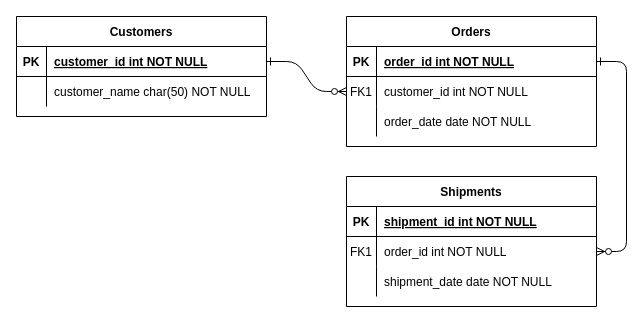
Earlier version of the draw.io diagram pertemuan3/Untitled Diagram.drawio (Nurrohman10/IF214002). Source tidied: cells renumbered, new cells numbered last; positions are measured from the earlier drawing's top-left corner, leaving out a move shared by most shapes. Both pictures are drawn from the tidied source at 100%, with x=0, y=0 at pixel (16, 16).
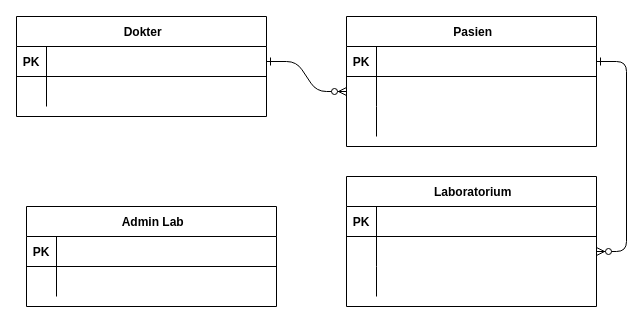
Above is the later version.

The change refers to these unchanged cells:
```xml
<mxCell id="5" style="shape=partialRectangle;fillColor=none;points=[[0,0.5],[1,0.5]];portConstraint=eastwest;top=0;left=0;right=0;bottom=1;" parent="4" vertex="1">
  <mxGeometry y="30" width="250" height="30" as="geometry" />
</mxCell>
<mxCell id="8" style="shape=partialRectangle;fillColor=none;points=[[0,0.5],[1,0.5]];portConstraint=eastwest;top=0;left=0;right=0;bottom=0;" parent="4" vertex="1">
  <mxGeometry y="60" width="250" height="30" as="geometry" />
</mxCell>
<mxCell id="11" style="shape=partialRectangle;fillColor=none;top=0;left=0;right=0;bottom=0;" parent="4" vertex="1">
  <mxGeometry y="90" width="250" height="30" as="geometry" />
</mxCell>
<mxCell id="15" style="shape=partialRectangle;fillColor=none;top=0;left=0;right=0;bottom=1;" parent="14" vertex="1">
  <mxGeometry y="30" width="250" height="30" as="geometry" />
</mxCell>
<mxCell id="18" style="shape=partialRectangle;fillColor=none;points=[[0,0.5],[1,0.5]];portConstraint=eastwest;top=0;left=0;right=0;bottom=0;" parent="14" vertex="1">
  <mxGeometry y="60" width="250" height="30" as="geometry" />
</mxCell>
<mxCell id="21" style="shape=partialRectangle;fillColor=none;top=0;left=0;right=0;bottom=0;" parent="14" vertex="1">
  <mxGeometry y="90" width="250" height="30" as="geometry" />
</mxCell>
<mxCell id="25" style="shape=partialRectangle;fillColor=none;points=[[0,0.5],[1,0.5]];portConstraint=eastwest;top=0;left=0;right=0;bottom=1;" parent="24" vertex="1">
  <mxGeometry y="30" width="250" height="30" as="geometry" />
</mxCell>
<mxCell id="28" style="shape=partialRectangle;fillColor=none;top=0;left=0;right=0;bottom=0;" parent="24" vertex="1">
  <mxGeometry y="60" width="250" height="30" as="geometry" />
</mxCell>
```

What changed in the source:
```diff
@@
-    <mxCell id="4" value="Orders" style="shape=table;startSize=30;childLayout=tableLayout;rowLines=0;fontStyle=1;align=center;" parent="1" vertex="1">
+    <mxCell id="4" value=" Pasien" style="shape=table;startSize=30;childLayout=tableLayout;rowLines=0;fontStyle=1;align=center;" parent="1" vertex="1">
       <mxGeometry x="330" width="250" height="130" as="geometry" />
     </mxCell>
@@
-    <mxCell id="7" value="order_id int NOT NULL " style="shape=partialRectangle;overflow=hidden;fillColor=none;top=0;left=0;bottom=0;right=0;align=left;spacingLeft=6;fontStyle=5;" parent="5" vertex="1">
+    <mxCell id="7" value=" " style="shape=partialRectangle;overflow=hidden;fillColor=none;top=0;left=0;bottom=0;right=0;align=left;spacingLeft=6;fontStyle=5;" parent="5" vertex="1">
       <mxGeometry x="30" width="220" height="30" as="geometry" />
     </mxCell>
@@
-    <mxCell id="9" value="FK1" style="shape=partialRectangle;overflow=hidden;fillColor=none;top=0;left=0;bottom=0;right=0;" parent="8" vertex="1">
+    <mxCell id="9" value=" " style="shape=partialRectangle;overflow=hidden;fillColor=none;top=0;left=0;bottom=0;right=0;" parent="8" vertex="1">
       <mxGeometry width="30" height="30" as="geometry" />
     </mxCell>
-    <mxCell id="10" value="customer_id int NOT NULL" style="shape=partialRectangle;overflow=hidden;fillColor=none;top=0;left=0;bottom=0;right=0;align=left;spacingLeft=6;" parent="8" vertex="1">
+    <mxCell id="10" value="  " style="shape=partialRectangle;overflow=hidden;fillColor=none;top=0;left=0;bottom=0;right=0;align=left;spacingLeft=6;" parent="8" vertex="1">
       <mxGeometry x="30" width="220" height="30" as="geometry" />
     </mxCell>
@@
-    <mxCell id="13" value="order_date date NOT NULL" style="shape=partialRectangle;overflow=hidden;fillColor=none;top=0;left=0;bottom=0;right=0;align=left;spacingLeft=6;" parent="11" vertex="1">
+    <mxCell id="13" value=" " style="shape=partialRectangle;overflow=hidden;fillColor=none;top=0;left=0;bottom=0;right=0;align=left;spacingLeft=6;" parent="11" vertex="1">
       <mxGeometry x="30" width="220" height="30" as="geometry" />
     </mxCell>
-    <mxCell id="14" value="Shipments" style="shape=table;startSize=30;childLayout=tableLayout;rowLines=0;fontStyle=1;align=center;" parent="1" vertex="1">
+    <mxCell id="14" value=" Laboratorium" style="shape=table;startSize=30;childLayout=tableLayout;rowLines=0;fontStyle=1;align=center;" parent="1" vertex="1">
       <mxGeometry x="330" y="160" width="250" height="130" as="geometry" />
     </mxCell>
@@
-    <mxCell id="17" value="shipment_id int NOT NULL " style="shape=partialRectangle;overflow=hidden;fillColor=none;top=0;left=0;bottom=0;right=0;align=left;spacingLeft=6;fontStyle=5;" parent="15" vertex="1">
+    <mxCell id="17" value=" " style="shape=partialRectangle;overflow=hidden;fillColor=none;top=0;left=0;bottom=0;right=0;align=left;spacingLeft=6;fontStyle=5;" parent="15" vertex="1">
       <mxGeometry x="30" width="220" height="30" as="geometry" />
     </mxCell>
@@
-    <mxCell id="19" value="FK1" style="shape=partialRectangle;overflow=hidden;fillColor=none;top=0;left=0;bottom=0;right=0;" parent="18" vertex="1">
+    <mxCell id="19" value=" " style="shape=partialRectangle;overflow=hidden;fillColor=none;top=0;left=0;bottom=0;right=0;" parent="18" vertex="1">
       <mxGeometry width="30" height="30" as="geometry" />
     </mxCell>
-    <mxCell id="20" value="order_id int NOT NULL" style="shape=partialRectangle;overflow=hidden;fillColor=none;top=0;left=0;bottom=0;right=0;align=left;spacingLeft=6;" parent="18" vertex="1">
+    <mxCell id="20" value=" " style="shape=partialRectangle;overflow=hidden;fillColor=none;top=0;left=0;bottom=0;right=0;align=left;spacingLeft=6;" parent="18" vertex="1">
       <mxGeometry x="30" width="220" height="30" as="geometry" />
     </mxCell>
@@
-    <mxCell id="23" value="shipment_date date NOT NULL" style="shape=partialRectangle;overflow=hidden;fillColor=none;top=0;left=0;bottom=0;right=0;align=left;spacingLeft=6;" parent="21" vertex="1">
+    <mxCell id="23" value=" " style="shape=partialRectangle;overflow=hidden;fillColor=none;top=0;left=0;bottom=0;right=0;align=left;spacingLeft=6;" parent="21" vertex="1">
       <mxGeometry x="30" width="220" height="30" as="geometry" />
     </mxCell>
-    <mxCell id="24" value="Customers" style="shape=table;startSize=30;childLayout=tableLayout;rowLines=0;fontStyle=1;align=center;" parent="1" vertex="1">
+    <mxCell id="24" value=" Dokter" style="shape=table;startSize=30;childLayout=tableLayout;rowLines=0;fontStyle=1;align=center;" parent="1" vertex="1">
       <mxGeometry width="250" height="100" as="geometry" />
     </mxCell>
@@
-    <mxCell id="27" value="customer_id int NOT NULL " style="shape=partialRectangle;overflow=hidden;fillColor=none;top=0;left=0;bottom=0;right=0;align=left;spacingLeft=6;fontStyle=5;" parent="25" vertex="1">
+    <mxCell id="27" value=" " style="shape=partialRectangle;overflow=hidden;fillColor=none;top=0;left=0;bottom=0;right=0;align=left;spacingLeft=6;fontStyle=5;" parent="25" vertex="1">
       <mxGeometry x="30" width="220" height="30" as="geometry" />
     </mxCell>
@@
-    <mxCell id="30" value="customer_name char(50) NOT NULL" style="shape=partialRectangle;overflow=hidden;fillColor=none;top=0;left=0;bottom=0;right=0;align=left;spacingLeft=6;" parent="28" vertex="1">
+    <mxCell id="30" value=" " style="shape=partialRectangle;overflow=hidden;fillColor=none;top=0;left=0;bottom=0;right=0;align=left;spacingLeft=6;" parent="28" vertex="1">
       <mxGeometry x="30" width="220" height="30" as="geometry" />
     </mxCell>
+    <mxCell id="31" value=" Admin Lab" style="shape=table;startSize=30;childLayout=tableLayout;rowLines=0;fontStyle=1;align=center;" parent="1" vertex="1">
+      <mxGeometry x="10" y="190" width="250" height="100" as="geometry" />
+    </mxCell>
+    <mxCell id="32" style="shape=partialRectangle;fillColor=none;top=0;left=0;right=0;bottom=1;" parent="31" vertex="1">
+      <mxGeometry y="30" width="250" height="30" as="geometry" />
+    </mxCell>
+    <mxCell id="33" value="PK" style="shape=partialRectangle;overflow=hidden;fillColor=none;top=0;left=0;bottom=0;right=0;fontStyle=1;" parent="32" vertex="1">
+      <mxGeometry width="30" height="30" as="geometry" />
+    </mxCell>
+    <mxCell id="34" value=" " style="shape=partialRectangle;overflow=hidden;fillColor=none;top=0;left=0;bottom=0;right=0;align=left;spacingLeft=6;fontStyle=5;" parent="32" vertex="1">
+      <mxGeometry x="30" width="220" height="30" as="geometry" />
+    </mxCell>
+    <mxCell id="35" style="shape=partialRectangle;fillColor=none;top=0;left=0;right=0;bottom=0;" parent="31" vertex="1">
+      <mxGeometry y="60" width="250" height="30" as="geometry" />
+    </mxCell>
+    <mxCell id="36" style="shape=partialRectangle;overflow=hidden;fillColor=none;top=0;left=0;bottom=0;right=0;" parent="35" vertex="1">
+      <mxGeometry width="30" height="30" as="geometry" />
+    </mxCell>
+    <mxCell id="37" value=" " style="shape=partialRectangle;overflow=hidden;fillColor=none;top=0;left=0;bottom=0;right=0;align=left;spacingLeft=6;" parent="35" vertex="1">
+      <mxGeometry x="30" width="220" height="30" as="geometry" />
+    </mxCell>
```
